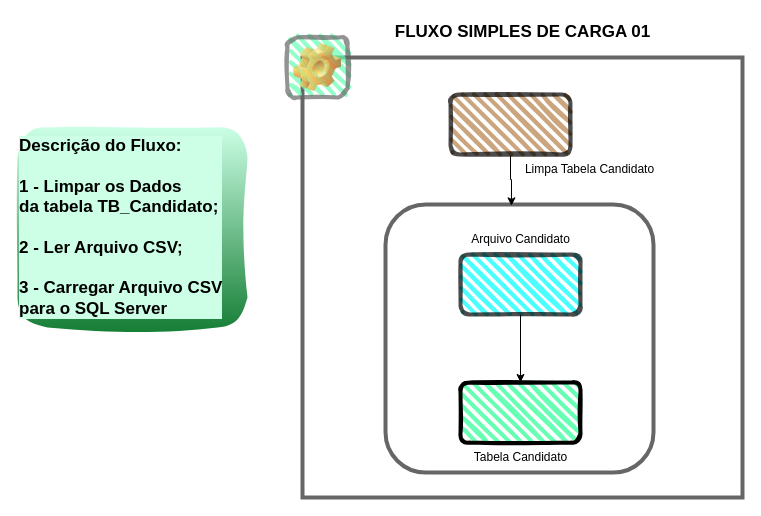
Earlier version of the draw.io diagram Diagrama_Fluxo_Simples.drawio (dbaassists/Palestra). Source tidied: cells renumbered, new cells numbered last; positions are measured from the earlier drawing's top-left corner, leaving out a move shared by most shapes. Both pictures are drawn from the tidied source at 100%, with x=0, y=0 at pixel (17, 17).
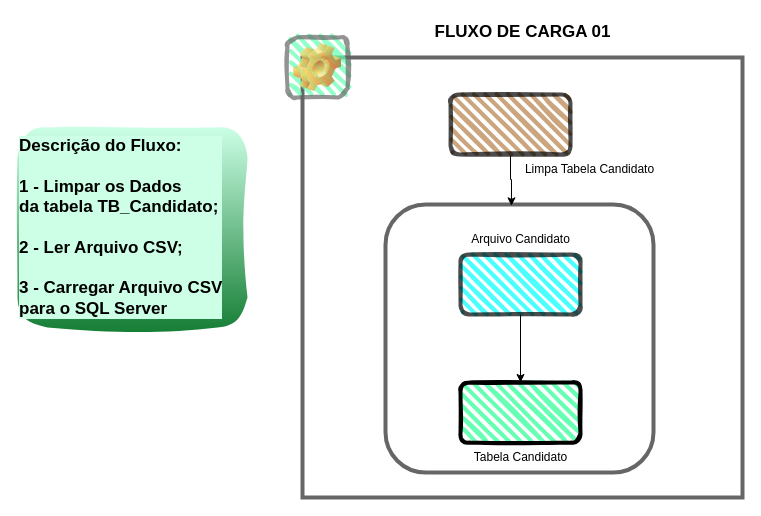
The same page after the edit.

What changed in the source:
```diff
@@
 <mxGraphModel>
   <root>
     <mxCell id="0" />
     <mxCell id="1" parent="0" />
     <mxCell id="2" style="whiteSpace=wrap;html=1;rounded=0;fillWeight=4;hachureGap=8;hachureAngle=45;jiggle=1;curveFitting=0.95;strokeColor=#666666;strokeWidth=4;fillColor=#FFFFFF;" parent="1" vertex="1">
       <mxGeometry x="285" y="40" width="440" height="440" as="geometry" />
     </mxCell>
     <mxCell id="3" style="whiteSpace=wrap;html=1;rounded=1;strokeWidth=4;strokeColor=#666666;" parent="1" vertex="1">
       <mxGeometry x="368" y="187" width="268" height="268" as="geometry" />
     </mxCell>
     <mxCell id="4" style="rounded=1;whiteSpace=wrap;html=1;gradientColor=none;sketch=1;curveFitting=0.95;jiggle=1;fillColor=#00FFFF;strokeWidth=4;opacity=70;shadow=0;glass=0;fillWeight=4;hachureGap=8;hachureAngle=45;" parent="1" vertex="1">
       <mxGeometry x="443" y="237" width="120" height="60" as="geometry" />
     </mxCell>
     <mxCell id="5" style="rounded=1;whiteSpace=wrap;html=1;sketch=1;curveFitting=0.95;jiggle=1;glass=0;fillColor=#66FFB3;strokeWidth=4;fillWeight=4;hachureGap=8;hachureAngle=45;" parent="1" vertex="1">
       <mxGeometry x="443" y="365" width="120" height="60" as="geometry" />
     </mxCell>
     <mxCell id="6" style="endArrow=classic;html=1;rounded=0;exitX=0.5;exitY=1;exitDx=0;exitDy=0;" parent="1" edge="1" source="4" target="5">
       <mxGeometry relative="1" as="geometry" />
     </mxCell>
     <mxCell id="7" value="Arquivo Candidato" style="text;html=1;align=center;verticalAlign=middle;strokeColor=none;fillColor=none;rounded=1;" parent="1" vertex="1">
       <mxGeometry x="443" y="207" width="120" height="30" as="geometry" />
     </mxCell>
     <mxCell id="8" value="Tabela Candidato" style="text;html=1;align=center;verticalAlign=middle;strokeColor=none;fillColor=none;rounded=1;" parent="1" vertex="1">
       <mxGeometry x="443" y="425" width="120" height="30" as="geometry" />
     </mxCell>
     <mxCell id="9" style="edgeStyle=orthogonalEdgeStyle;rounded=0;jettySize=auto;html=1;entryX=0.47;entryY=0.005;entryDx=0;entryDy=0;entryPerimeter=0;" parent="1" edge="1" source="10" target="3">
       <mxGeometry relative="1" as="geometry" />
     </mxCell>
     <mxCell id="10" style="rounded=1;whiteSpace=wrap;html=1;gradientColor=none;sketch=1;curveFitting=0.95;jiggle=1;fillColor=#B57F48;strokeWidth=4;opacity=70;shadow=0;glass=0;fillWeight=4;hachureGap=8;hachureAngle=45;" parent="1" vertex="1">
       <mxGeometry x="433" y="77" width="120" height="60" as="geometry" />
     </mxCell>
     <mxCell id="11" value="Limpa Tabela Candidato" style="text;html=1;align=center;verticalAlign=middle;strokeColor=none;fillColor=none;rounded=1;" parent="1" vertex="1">
       <mxGeometry x="497" y="137" width="150" height="30" as="geometry" />
     </mxCell>
-    <mxCell id="12" value="FLUXO SIMPLES DE CARGA 01" style="text;html=1;align=center;verticalAlign=middle;strokeColor=none;fillColor=default;strokeWidth=2;fontSize=17;fontStyle=1;" parent="1" vertex="1">
-      <mxGeometry x="365" width="280" height="30" as="geometry" />
+    <mxCell id="12" value="FLUXO DE CARGA 01" style="text;html=1;align=center;verticalAlign=middle;strokeColor=none;fillColor=default;strokeWidth=2;fontSize=17;fontStyle=1;" parent="1" vertex="1">
+      <mxGeometry x="405" width="200" height="30" as="geometry" />
     </mxCell>
     <mxCell id="13" value="Icon" style="icon;html=1;image=img/clipart/Gear_128x128.png;rounded=1;fillWeight=4;hachureGap=8;hachureAngle=45;strokeColor=#666666;strokeWidth=4;fillColor=#66FFB3;opacity=70;sketch=1;curveFitting=1;jiggle=2;fontColor=#FFFFFF;" parent="1" vertex="1">
       <mxGeometry x="270" y="20" width="60" height="60" as="geometry" />
     </mxCell>
     <mxCell id="14" value="Descrição do Fluxo: &lt;br&gt;&lt;br&gt;1 - Limpar os Dados&lt;br&gt;&lt;div style=&quot;&quot;&gt;&lt;span style=&quot;&quot;&gt;da tabela TB_Candidato;&lt;/span&gt;&lt;/div&gt;&lt;div style=&quot;&quot;&gt;&lt;span style=&quot;&quot;&gt;&lt;br&gt;&lt;/span&gt;&lt;/div&gt;&lt;div style=&quot;&quot;&gt;&lt;span style=&quot;&quot;&gt;2 - Ler Arquivo CSV;&lt;/span&gt;&lt;/div&gt;&lt;div style=&quot;&quot;&gt;&lt;br&gt;&lt;/div&gt;3 - Carregar Arquivo CSV &lt;br&gt;para o SQL Server" style="text;html=1;align=left;verticalAlign=middle;strokeColor=none;fillColor=#CCFFE6;strokeWidth=4;fontSize=17;fontStyle=1;labelBorderColor=none;labelBackgroundColor=#CCFFE6;sketch=1;curveFitting=1;jiggle=2;rounded=1;gradientColor=#167E35;" parent="1" vertex="1">
       <mxGeometry y="110" width="230" height="200" as="geometry" />
     </mxCell>
   </root>
 </mxGraphModel>
```
